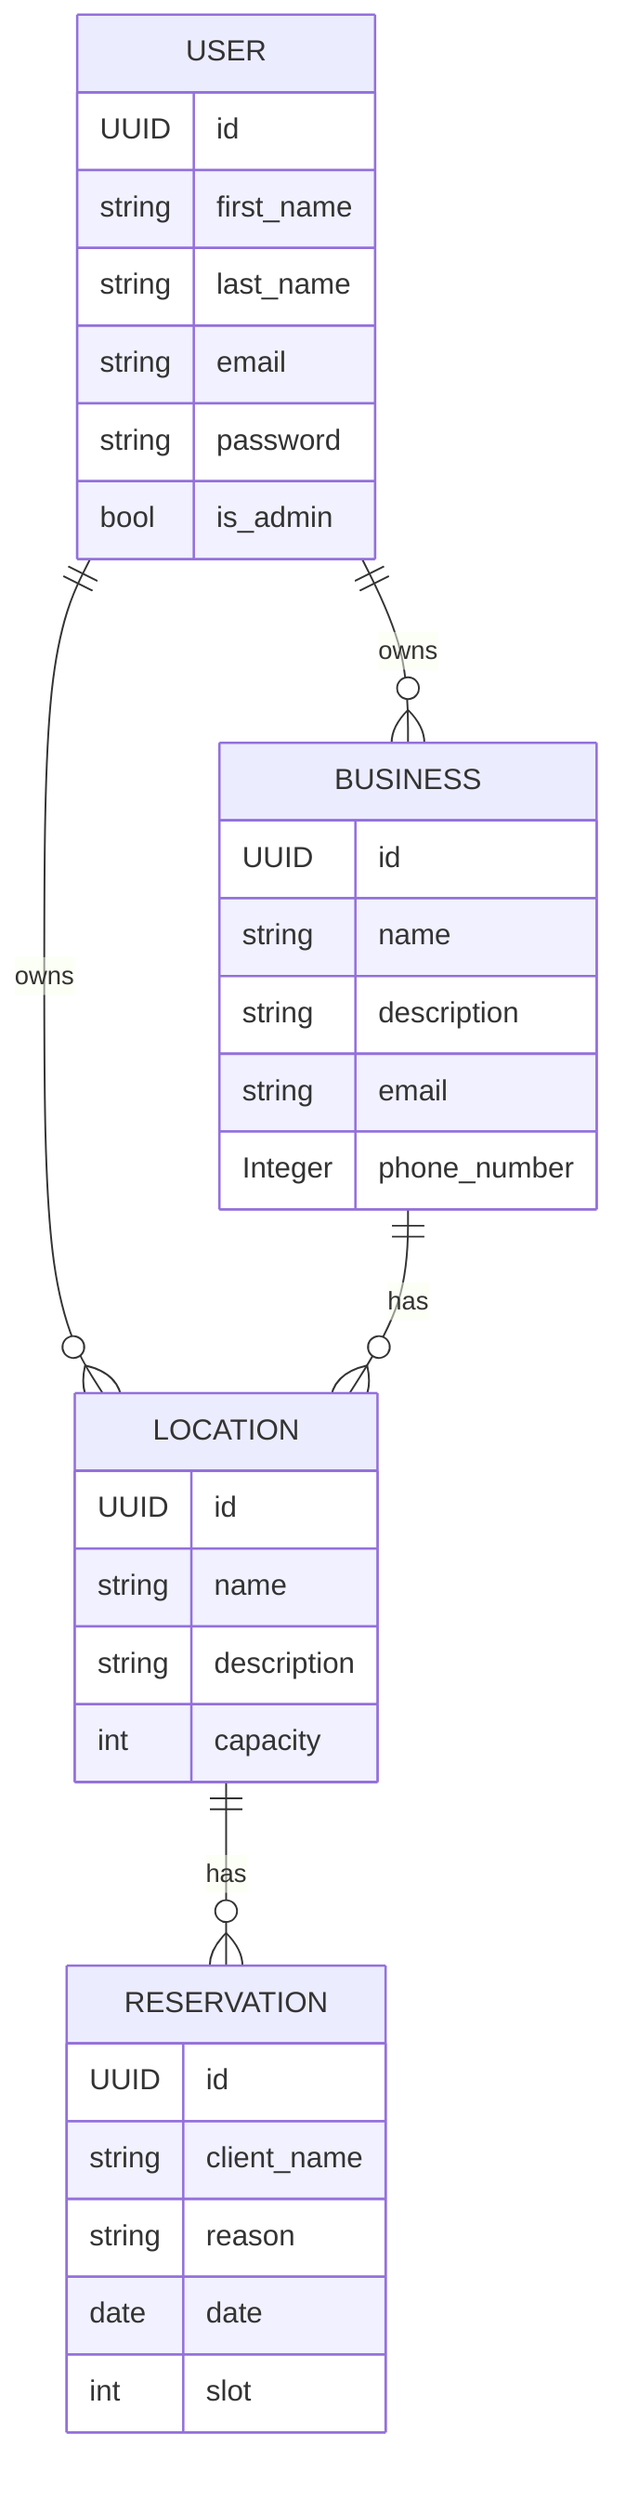
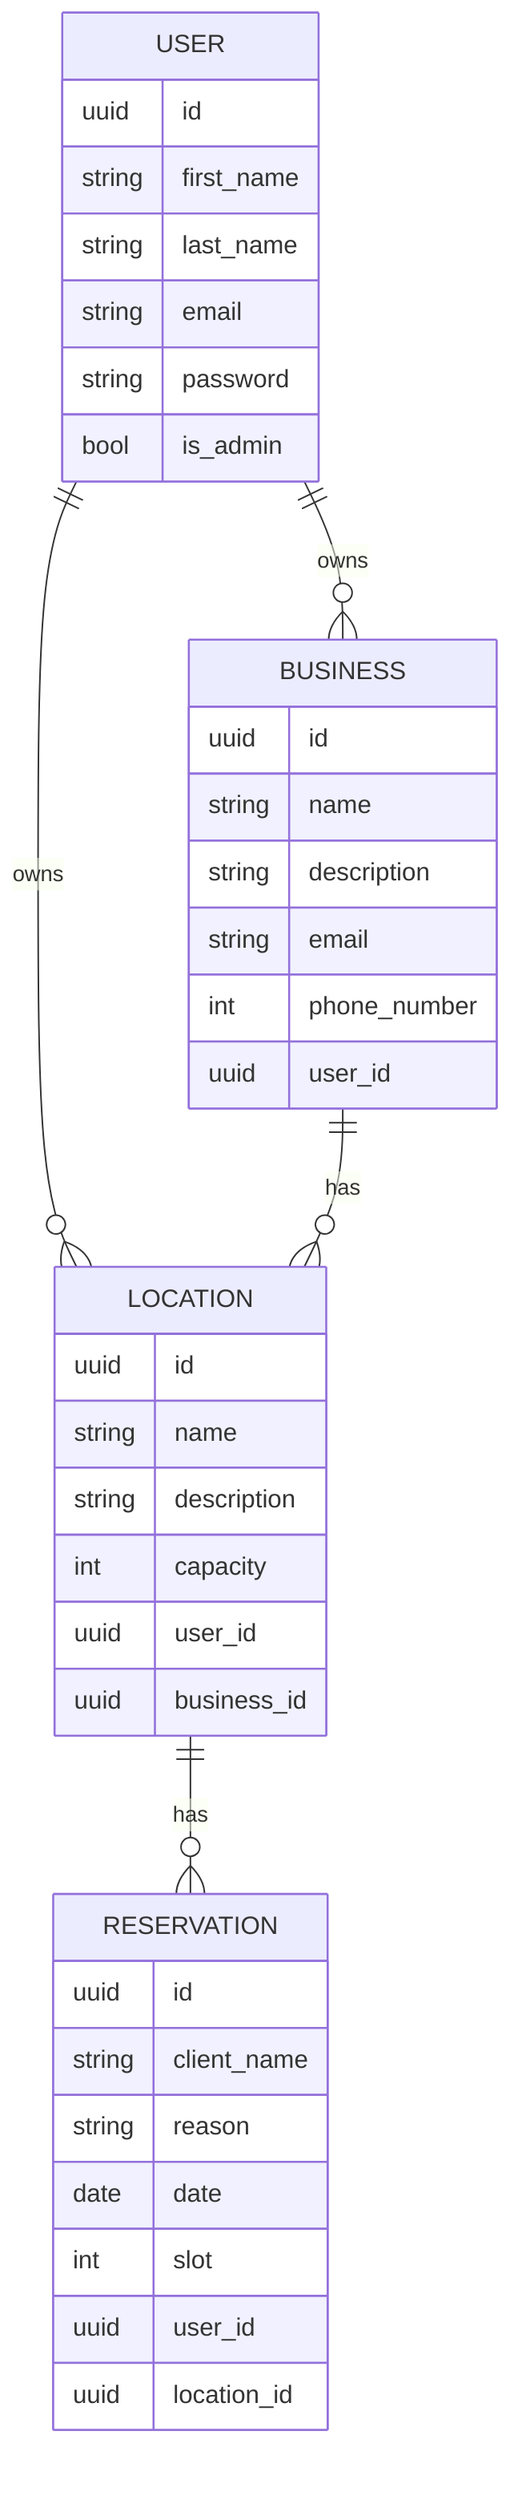
erDiagram
    USER {
-         UUID id
+         uuid id
        string first_name
        string last_name
        string email
        string password
        bool is_admin
    }
- 
    BUSINESS {
-         UUID id
+         uuid id
        string name
        string description
        string email
-         Integer phone_number
+         int phone_number
+         uuid user_id
    }
- 
    LOCATION {
-         UUID id
+         uuid id
        string name
        string description
        int capacity
+         uuid user_id
+         uuid business_id
    }
- 
    RESERVATION {
-         UUID id
+         uuid id
        string client_name
        string reason
        date date
        int slot
+         uuid user_id
+         uuid location_id
    }

    USER ||--o{ BUSINESS: owns
    USER ||--o{ LOCATION: owns
    BUSINESS ||--o{ LOCATION: has
    LOCATION ||--o{ RESERVATION: has
+ 
